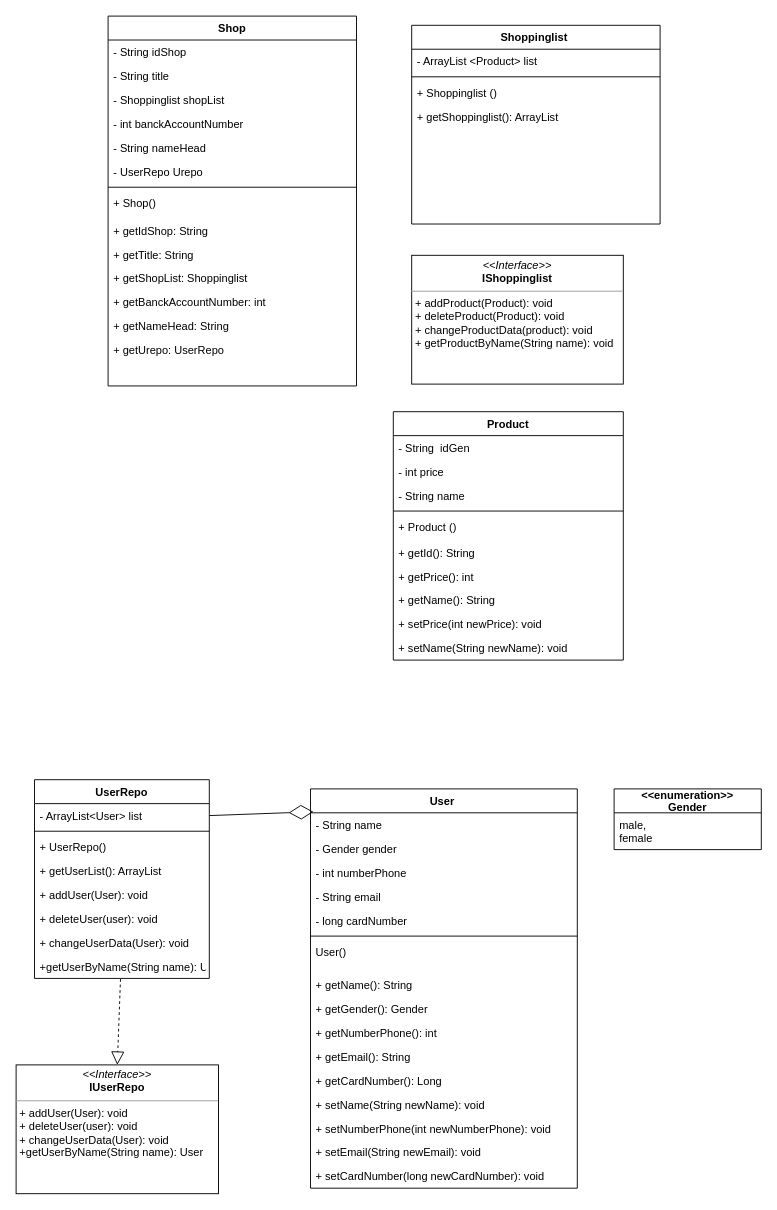
Earlier version of the draw.io diagram Marketplace (6).drawio (KuroTamashiAF/Software-architecture_HomeWork_5). Source tidied: cells renumbered, new cells numbered last; positions are measured from the earlier drawing's top-left corner, leaving out a move shared by most shapes. Both pictures are drawn from the tidied source at 92%, with x=0, y=0 at pixel (16, 16).
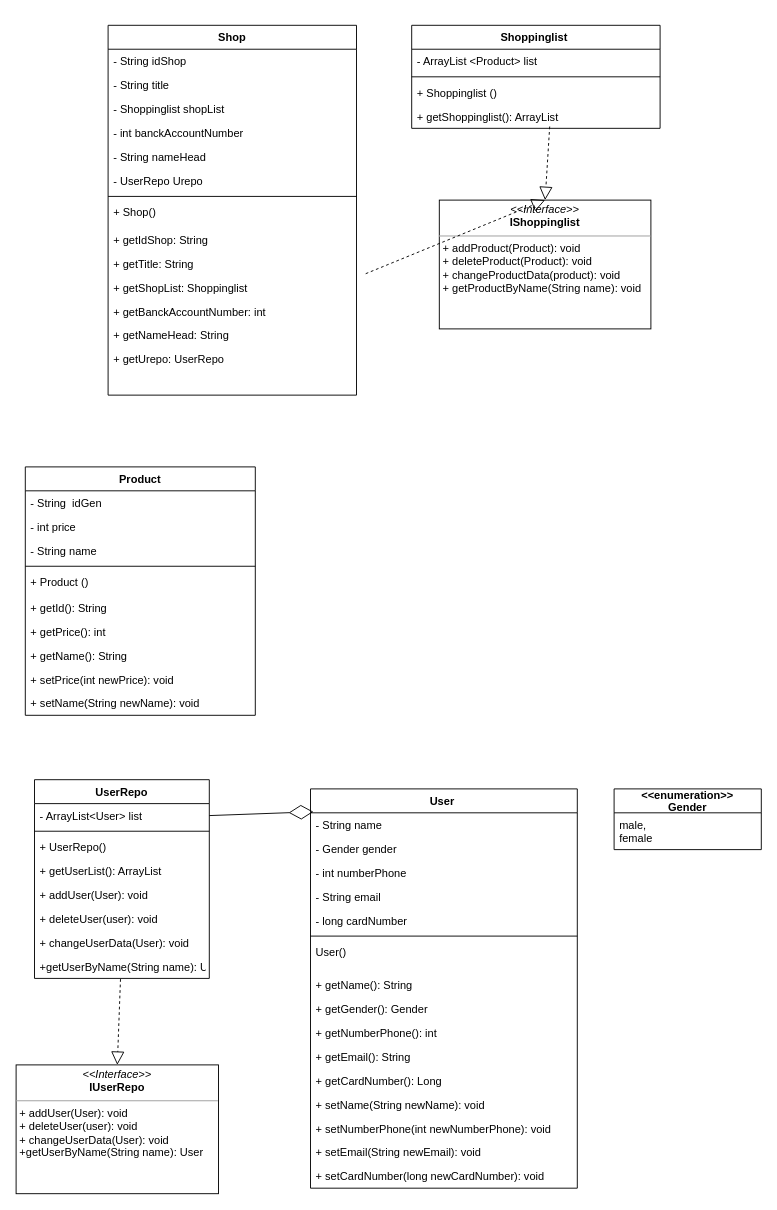
The same diagram, later.

Commit message:
create cls IShoppinglist

What changed in the source:
```diff
@@
     <mxCell id="2" value="Product" style="swimlane;fontStyle=1;align=center;verticalAlign=top;horizontal=1;startSize=26;" parent="1" vertex="1">
-      <mxGeometry x="410" y="430" width="250" height="270" as="geometry" />
+      <mxGeometry x="10" y="490" width="250" height="270" as="geometry" />
     </mxCell>
@@
     <mxCell id="32" value="Shop" style="swimlane;fontStyle=1;align=center;verticalAlign=top;horizontal=1;startSize=26;" parent="1" vertex="1">
-      <mxGeometry x="100" width="270" height="402" as="geometry" />
+      <mxGeometry x="100" y="10" width="270" height="402" as="geometry" />
     </mxCell>
@@
     <mxCell id="48" value="Shoppinglist " style="swimlane;fontStyle=1;align=center;verticalAlign=top;horizontal=1;startSize=26;" parent="1" vertex="1">
-      <mxGeometry x="430" y="10" width="270" height="216" as="geometry" />
+      <mxGeometry x="430" y="10" width="270" height="112" as="geometry" />
     </mxCell>
@@
-    <mxCell id="53" style="text;strokeColor=none;fillColor=none;align=left;verticalAlign=top;spacingLeft=4;spacingRight=4;overflow=hidden;" parent="48" vertex="1">
-      <mxGeometry y="112" width="270" height="26" as="geometry" />
-    </mxCell>
-    <mxCell id="54" style="text;strokeColor=none;fillColor=none;align=left;verticalAlign=top;spacingLeft=4;spacingRight=4;overflow=hidden;" parent="48" vertex="1">
-      <mxGeometry y="138" width="270" height="26" as="geometry" />
-    </mxCell>
-    <mxCell id="55" style="text;strokeColor=none;fillColor=none;align=left;verticalAlign=top;spacingLeft=4;spacingRight=4;overflow=hidden;" parent="48" vertex="1">
-      <mxGeometry y="164" width="270" height="26" as="geometry" />
-    </mxCell>
-    <mxCell id="56" style="text;strokeColor=none;fillColor=none;align=left;verticalAlign=top;spacingLeft=4;spacingRight=4;overflow=hidden;" parent="48" vertex="1">
-      <mxGeometry y="190" width="270" height="26" as="geometry" />
-    </mxCell>
@@
     <mxCell id="69" value="&lt;p style=&quot;margin:0px;margin-top:4px;text-align:center;&quot;&gt;&lt;i&gt;&amp;lt;&amp;lt;Interface&amp;gt;&amp;gt;&lt;/i&gt;&lt;br&gt;&lt;b&gt;IShoppinglist&lt;/b&gt;&lt;/p&gt;&lt;hr size=&quot;1&quot;&gt;&lt;p style=&quot;margin:0px;margin-left:4px;&quot;&gt;+ addProduct(Product): void&lt;/p&gt;&lt;p style=&quot;margin:0px;margin-left:4px;&quot;&gt;+ deleteProduct(Product): void&lt;/p&gt;&lt;p style=&quot;margin:0px;margin-left:4px;&quot;&gt;+ changeProductData(product): void&lt;/p&gt;&lt;p style=&quot;margin:0px;margin-left:4px;&quot;&gt;+ getProductByName(String name): void&lt;/p&gt;" style="verticalAlign=top;align=left;overflow=fill;fontSize=12;fontFamily=Helvetica;html=1;" parent="1" vertex="1">
-      <mxGeometry x="430" y="260" width="230" height="140" as="geometry" />
+      <mxGeometry x="460" y="200" width="230" height="140" as="geometry" />
     </mxCell>
+    <mxCell id="70" style="endArrow=block;dashed=1;endFill=0;endSize=12;html=1;rounded=0;entryX=0.5;entryY=0;entryDx=0;entryDy=0;exitX=0.507;exitY=1.042;exitDx=0;exitDy=0;exitPerimeter=0;" parent="1" edge="1" target="69">
+      <mxGeometry relative="1" as="geometry">
+        <mxPoint x="380" y="280" as="sourcePoint" />
+      </mxGeometry>
+    </mxCell>
+    <mxCell id="71" style="endArrow=block;dashed=1;endFill=0;endSize=12;html=1;rounded=0;entryX=0.5;entryY=0;entryDx=0;entryDy=0;" parent="1" edge="1" target="69">
+      <mxGeometry relative="1" as="geometry">
+        <mxPoint x="580" y="120" as="sourcePoint" />
+      </mxGeometry>
+    </mxCell>
```
